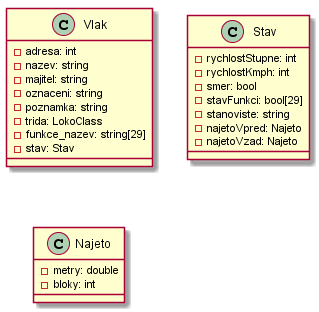
The PlantUML diagram Model/Class-train.png in LANeo64/RKDlib, before a commit.
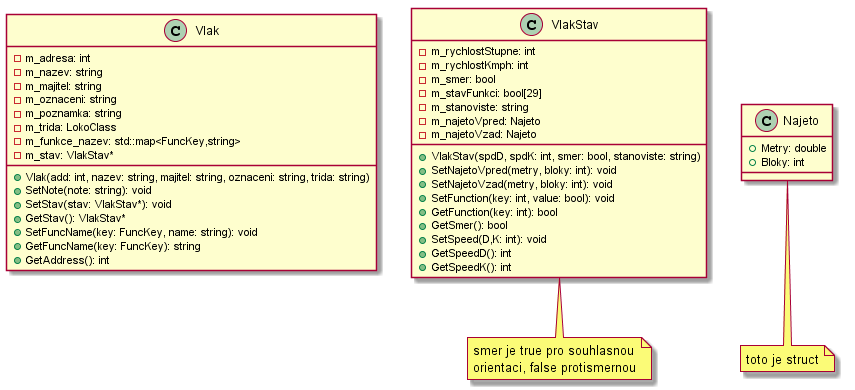
The same file after the commit.

Diff of the diagram source:
```diff
@@ -1,31 +1,55 @@
 @startuml
 
 class Vlak {
-	- adresa: int
-	- nazev: string
-	- majitel: string
-	- oznaceni: string
-	- poznamka: string
-	- trida: LokoClass
-	- funkce_nazev: string[29]
-	- stav: Stav
+	- m_adresa: int
+	- m_nazev: string
+	- m_majitel: string
+	- m_oznaceni: string
+	- m_poznamka: string
+	- m_trida: LokoClass
+	- m_funkce_nazev: std::map<FuncKey,string>
+	- m_stav: VlakStav*
+	+ Vlak(add: int, nazev: string, majitel: string, oznaceni: string, trida: string)
+	+ SetNote(note: string): void
+	+ SetStav(stav: VlakStav*): void
+	+ GetStav(): VlakStav*
+	+ SetFuncName(key: FuncKey, name: string): void
+	+ GetFuncName(key: FuncKey): string
+	+ GetAddress(): int
 }
 
-class Stav {
-	- rychlostStupne: int
-	- rychlostKmph: int
-	-	smer: bool
-	- stavFunkci: bool[29]
-	- stanoviste: string
-	- najetoVpred: Najeto
-	- najetoVzad: Najeto
+class VlakStav {
+	- m_rychlostStupne: int
+	- m_rychlostKmph: int
+	-	m_smer: bool
+	- m_stavFunkci: bool[29]
+	- m_stanoviste: string
+	- m_najetoVpred: Najeto
+	- m_najetoVzad: Najeto
+	+ VlakStav(spdD, spdK: int, smer: bool, stanoviste: string)
+	+ SetNajetoVpred(metry, bloky: int): void
+  + SetNajetoVzad(metry, bloky: int): void
+	+ SetFunction(key: int, value: bool): void
+	+ GetFunction(key: int): bool
+	+ GetSmer(): bool
+	+ SetSpeed(D,K: int): void
+	+ GetSpeedD(): int
+	+ GetSpeedK(): int
 }
 
 class Najeto {
-	- metry: double
-	- bloky: int
+	+ Metry: double
+	+ Bloky: int
 }
 
 
+note bottom of VlakStav
+	smer je true pro souhlasnou
+	orientaci, false protismernou
+end note
+
+note bottom of Najeto
+	toto je struct
+end note
 
 @enduml
```
